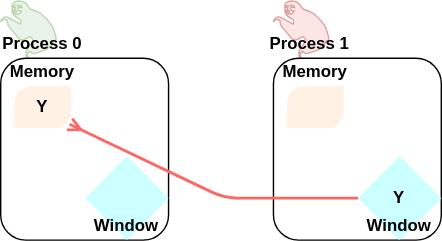
ENCCS/intermediate-mpi keeps this draw.io diagram as content/img/steve-alice_step2.svg. Above is the earlier version. Source tidied: cells renumbered, new cells last; positions are measured from the earlier drawing's top-left corner, leaving out a move shared by most shapes.
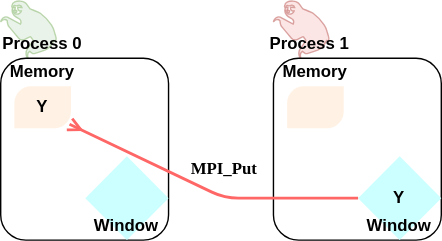
Later version of the same file.

What changed in the source:
```diff
@@ -57,5 +57,8 @@
         </Array>
       </mxGeometry>
     </mxCell>
+    <mxCell id="19" value="&lt;font face=&quot;Fira Code&quot;&gt;&lt;b&gt;MPI_Put&lt;/b&gt;&lt;/font&gt;" style="text;html=1;strokeColor=none;fillColor=none;align=center;verticalAlign=middle;whiteSpace=wrap;rounded=0;shadow=0;fontFamily=Helvetica;opacity=50;" parent="1" vertex="1">
+      <mxGeometry x="140" y="110" width="40" height="20" as="geometry" />
+    </mxCell>
   </root>
 </mxGraphModel>
```
